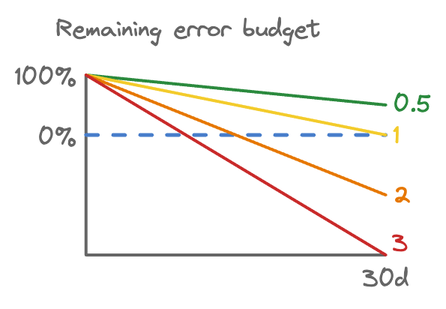
The Excalidraw diagram public/assets/alerting/remaining-budget.png in ThomWright/ThomWright.github.io, before a commit. Source tidied: one line per element, renumbered; positions are measured from the earlier drawing's top-left corner, leaving out a move shared by most shapes.
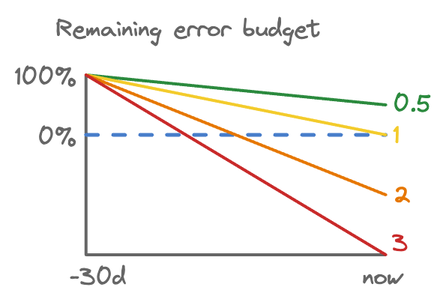
The same diagram one commit later.

What changed in the source:
```diff
@@ -1,5 +1,5 @@
 {"id": 0, "type": "line", "strokeColor": "#666", "strokeWidth": 2, "roughness": 0, "round": true, "x": 47, "y": 160, "width": 0, "height": 120, "points": [[0, 0], [0, -120]]}
-{"id": 1, "type": "text", "text": "30d", "strokeColor": "#666", "backgroundColor": "#f0816a", "fillStyle": "cross-hatch", "strokeWidth": 1, "roughness": 0, "fontSize": 16, "fontFamily": 1, "x": 232, "y": 166, "width": 31, "height": 20}
+{"id": 1, "type": "text", "text": "-30d", "strokeColor": "#666", "backgroundColor": "#f0816a", "fillStyle": "cross-hatch", "strokeWidth": 1, "roughness": 0, "fontSize": 16, "fontFamily": 1, "x": 36, "y": 166, "width": 38, "height": 20}
 {"id": 2, "type": "line", "strokeColor": "#666", "strokeWidth": 2, "roughness": 0, "round": true, "x": 47, "y": 160, "width": 200, "height": 0, "points": [[0, 0], [200, 0]]}
 {"id": 3, "type": "line", "strokeColor": "#477dca", "backgroundColor": "#fab005", "fillStyle": "hachure", "strokeWidth": 2, "strokeStyle": "dashed", "roughness": 0, "x": 47, "y": 80, "width": 200, "height": 0, "points": [[0, 0], [200, 0]]}
 {"id": 4, "type": "line", "strokeColor": "#2b8a3e", "backgroundColor": "white", "fillStyle": "solid", "strokeWidth": 2, "roughness": 0, "x": 47, "y": 40, "width": 200, "height": 20, "points": [[0, 0], [200, 20]]}
@@ -13,3 +13,4 @@
 {"id": 12, "type": "text", "text": "100%", "strokeColor": "#666", "backgroundColor": "white", "fillStyle": "solid", "strokeWidth": 2, "roughness": 0, "fontSize": 16, "fontFamily": 1, "x": 0, "y": 32, "width": 41, "height": 20}
 {"id": 13, "type": "line", "strokeColor": "#c92a2a", "backgroundColor": "white", "fillStyle": "solid", "strokeWidth": 2, "roughness": 0, "x": 47, "y": 40, "width": 200, "height": 120, "points": [[0, 0], [200, 120]]}
 {"id": 14, "type": "text", "text": "3", "strokeColor": "#c92a2a", "backgroundColor": "white", "fillStyle": "solid", "strokeWidth": 2, "roughness": 0, "fontSize": 16, "fontFamily": 1, "x": 251, "y": 143, "width": 11, "height": 20}
+{"id": 15, "type": "text", "text": "now", "strokeColor": "#666", "backgroundColor": "#f0816a", "fillStyle": "cross-hatch", "strokeWidth": 1, "roughness": 0, "fontSize": 16, "fontFamily": 1, "x": 232, "y": 166, "width": 26, "height": 20}
```
